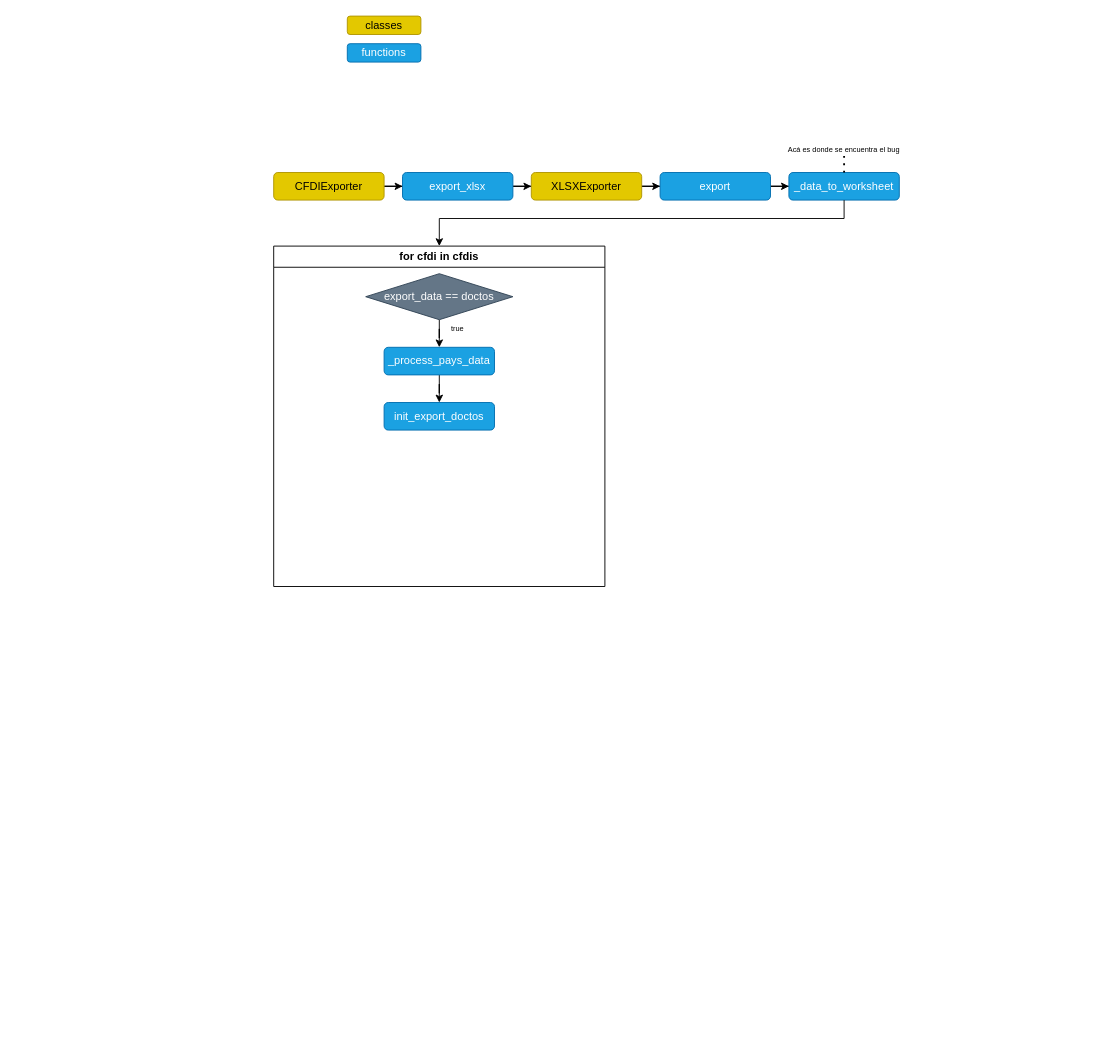
The draw.io diagram 8372 Excel Bug.drawio in SamuelGarcia22/diagrams, before the edit. Source tidied: cells renumbered, new cells numbered last; positions are measured from the earlier drawing's top-left corner, leaving out a move shared by most shapes. Both pictures are drawn from the tidied source at 92%, with x=0, y=0 at pixel (273, 16).
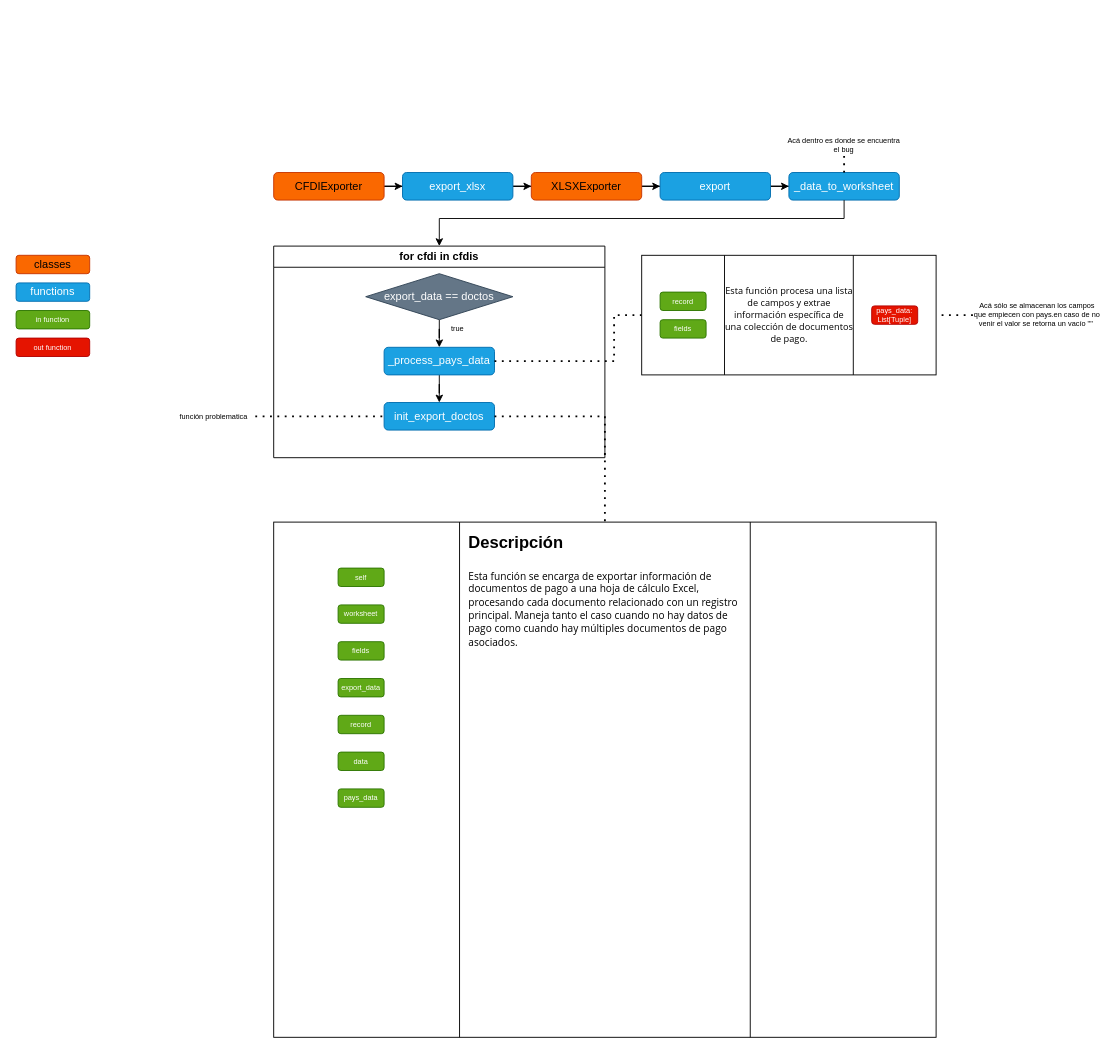
After the change.

The change refers to these unchanged cells:
```xml
<mxCell id="20" value="_process_pays_data" style="rounded=1;whiteSpace=wrap;html=1;fillColor=#1ba1e2;strokeColor=#006EAF;fontColor=#ffffff;" parent="16" vertex="1">
  <mxGeometry x="120" y="110" width="120" height="30" as="geometry" />
</mxCell>
<mxCell id="22" value="init_export_doctos" style="whiteSpace=wrap;html=1;fillColor=#1ba1e2;strokeColor=#006EAF;fontColor=#ffffff;rounded=1;" parent="16" vertex="1">
  <mxGeometry x="120" y="170" width="120" height="30" as="geometry" />
</mxCell>
```

The edit, as a diff of the source:
```diff
@@
-    <mxCell id="3" value="CFDIExporter" style="rounded=1;whiteSpace=wrap;html=1;fillColor=#e3c800;fontColor=#000000;strokeColor=#B09500;" parent="1" vertex="1">
+    <mxCell id="3" value="CFDIExporter" style="rounded=1;whiteSpace=wrap;html=1;fillColor=#fa6800;fontColor=light-dark(#000000,#000000);strokeColor=#C73500;" parent="1" vertex="1">
       <mxGeometry y="170" width="120" height="30" as="geometry" />
     </mxCell>
@@
-    <mxCell id="7" value="XLSXExporter" style="whiteSpace=wrap;html=1;rounded=1;fillColor=#e3c800;fontColor=#000000;strokeColor=#B09500;" parent="1" vertex="1">
+    <mxCell id="7" value="XLSXExporter" style="whiteSpace=wrap;html=1;rounded=1;fillColor=#fa6800;fontColor=light-dark(#000000,#000000);strokeColor=#C73500;" parent="1" vertex="1">
       <mxGeometry x="280" y="170" width="120" height="30" as="geometry" />
     </mxCell>
     <mxCell id="8" value="functions" style="rounded=1;whiteSpace=wrap;html=1;fillColor=#1ba1e2;fontColor=#ffffff;strokeColor=#006EAF;" parent="1" vertex="1">
-      <mxGeometry x="80" y="30" width="80" height="20" as="geometry" />
+      <mxGeometry x="-280" y="290" width="80" height="20" as="geometry" />
     </mxCell>
-    <mxCell id="9" value="classes" style="rounded=1;whiteSpace=wrap;html=1;fillColor=#e3c800;fontColor=#000000;strokeColor=#B09500;" parent="1" vertex="1">
-      <mxGeometry x="80" width="80" height="20" as="geometry" />
+    <mxCell id="9" value="classes" style="rounded=1;whiteSpace=wrap;html=1;fillColor=#fa6800;strokeColor=#C73500;fontColor=light-dark(#000000,#080808);" parent="1" vertex="1">
+      <mxGeometry x="-280" y="260" width="80" height="20" as="geometry" />
     </mxCell>
@@
-    <mxCell id="14" value="Acá es donde se encuentra el bug" style="text;html=1;align=center;verticalAlign=middle;whiteSpace=wrap;rounded=0;fontSize=8;fontColor=light-dark(#000000,#8A8A8A);" parent="1" vertex="1">
-      <mxGeometry x="555" y="140" width="130" height="10" as="geometry" />
+    <mxCell id="14" value="Acá dentro es donde se encuentra el bug" style="text;html=1;align=center;verticalAlign=middle;whiteSpace=wrap;rounded=0;fontSize=8;fontColor=light-dark(#000000,#8A8A8A);" parent="1" vertex="1">
+      <mxGeometry x="555" y="130" width="130" height="20" as="geometry" />
     </mxCell>
@@
     <mxCell id="16" value="for cfdi in cfdis" style="swimlane;whiteSpace=wrap;html=1;" parent="1" vertex="1">
-      <mxGeometry y="250" width="360" height="370" as="geometry" />
+      <mxGeometry y="250" width="360" height="230" as="geometry" />
     </mxCell>
@@
+    <mxCell id="23" style="endArrow=none;dashed=1;html=1;dashPattern=1 3;strokeWidth=2;rounded=0;fontColor=light-dark(#000000,#8A8A8A);strokeColor=light-dark(#000000,#8A8A8A);entryX=1;entryY=0.5;entryDx=0;entryDy=0;exitX=0;exitY=0.5;exitDx=0;exitDy=0;" parent="1" edge="1" source="24" target="20">
+      <mxGeometry relative="1" as="geometry">
+        <Array as="points">
+          <mxPoint x="370" y="325" />
+          <mxPoint x="370" y="375" />
+        </Array>
+      </mxGeometry>
+    </mxCell>
+    <mxCell id="24" value="&lt;span style=&quot;font-family: &amp;quot;Segoe WPC&amp;quot;, &amp;quot;Segoe UI&amp;quot;, sans-serif; font-style: normal; font-variant-ligatures: normal; font-variant-caps: normal; font-weight: 400; letter-spacing: normal; text-align: left; text-indent: 0px; text-transform: none; word-spacing: 0px; -webkit-text-stroke-width: 0px; white-space: normal; text-decoration-thickness: initial; text-decoration-style: initial; text-decoration-color: initial; display: inline !important; float: none; color: light-dark(rgb(0, 0, 0), rgb(255, 255, 255));&quot;&gt;Esta función procesa una lista de campos y extrae información específica de una colección de documentos de pago.&lt;/span&gt;" style="shape=process;whiteSpace=wrap;html=1;backgroundOutline=1;size=0.28;strokeColor=light-dark(#000000,#8A8A8A);fontSize=10;" parent="1" vertex="1">
+      <mxGeometry x="400" y="260" width="320" height="130" as="geometry" />
+    </mxCell>
+    <mxCell id="25" value="record" style="rounded=1;whiteSpace=wrap;html=1;fillColor=#60a917;fontColor=light-dark(#FFFFFF,#FFFFFF);strokeColor=#2D7600;fontSize=8;" parent="1" vertex="1">
+      <mxGeometry x="420" y="300" width="50" height="20" as="geometry" />
+    </mxCell>
+    <mxCell id="26" value="fields" style="rounded=1;whiteSpace=wrap;html=1;fillColor=#60a917;fontColor=light-dark(#FFFFFF,#FFFFFF);strokeColor=#2D7600;fontSize=8;align=center;verticalAlign=middle;fontFamily=Helvetica;" parent="1" vertex="1">
+      <mxGeometry x="420" y="330" width="50" height="20" as="geometry" />
+    </mxCell>
+    <mxCell id="27" value="pays_data: List[Tuple]" style="rounded=1;whiteSpace=wrap;html=1;fillColor=light-dark(#E51400,#BA1A1A);fontColor=light-dark(#FFFFFF,#FCFCFC);strokeColor=#B20000;fontSize=8;" parent="1" vertex="1">
+      <mxGeometry x="650" y="315" width="50" height="20" as="geometry" />
+    </mxCell>
+    <mxCell id="28" value="in function" style="rounded=1;whiteSpace=wrap;html=1;fillColor=#60a917;fontColor=light-dark(#FFFFFF,#FFFFFF);strokeColor=#2D7600;fontSize=8;" parent="1" vertex="1">
+      <mxGeometry x="-280" y="320" width="80" height="20" as="geometry" />
+    </mxCell>
+    <mxCell id="29" value="out function" style="rounded=1;whiteSpace=wrap;html=1;fillColor=light-dark(#E51400,#BA1A1A);fontColor=light-dark(#FFFFFF,#F0F0F0);strokeColor=#B20000;fontSize=8;" parent="1" vertex="1">
+      <mxGeometry x="-280" y="350" width="80" height="20" as="geometry" />
+    </mxCell>
+    <mxCell id="30" style="endArrow=none;dashed=1;html=1;dashPattern=1 3;strokeWidth=2;rounded=0;entryX=1;entryY=0.5;entryDx=0;entryDy=0;strokeColor=light-dark(#000000,#8A8A8A);" parent="1" edge="1" target="24">
+      <mxGeometry relative="1" as="geometry">
+        <mxPoint x="760" y="325" as="sourcePoint" />
+      </mxGeometry>
+    </mxCell>
+    <mxCell id="31" value="Acá sólo se almacenan los campos que empiecen con pays.en caso de no venir el valor se retorna un vacío &quot;&quot;&amp;nbsp;" style="text;html=1;align=center;verticalAlign=middle;whiteSpace=wrap;rounded=0;fontSize=8;fontColor=light-dark(#000000,#8A8A8A);" parent="1" vertex="1">
+      <mxGeometry x="760" y="310" width="140" height="30" as="geometry" />
+    </mxCell>
+    <mxCell id="32" style="endArrow=none;dashed=1;html=1;dashPattern=1 3;strokeWidth=2;rounded=0;entryX=0;entryY=0.5;entryDx=0;entryDy=0;fontColor=light-dark(#000000,#8A8A8A);strokeColor=light-dark(#000000,#8A8A8A);exitX=1;exitY=0.5;exitDx=0;exitDy=0;" parent="1" edge="1" source="33" target="22">
+      <mxGeometry relative="1" as="geometry" />
+    </mxCell>
+    <mxCell id="33" value="función problematica" style="text;html=1;align=center;verticalAlign=middle;whiteSpace=wrap;rounded=0;fontSize=8;fontColor=light-dark(#000000,#8A8A8A);" parent="1" vertex="1">
+      <mxGeometry x="-110" y="425" width="90" height="20" as="geometry" />
+    </mxCell>
+    <mxCell id="34" style="shape=process;whiteSpace=wrap;html=1;backgroundOutline=1;size=0.28;strokeColor=light-dark(#000000,#8A8A8A);fontSize=10;" parent="1" vertex="1">
+      <mxGeometry y="550" width="720" height="560" as="geometry" />
+    </mxCell>
+    <mxCell id="35" style="endArrow=none;dashed=1;html=1;dashPattern=1 3;strokeWidth=2;rounded=0;entryX=0.5;entryY=0;entryDx=0;entryDy=0;fontColor=light-dark(#000000,#8A8A8A);strokeColor=light-dark(#000000,#8A8A8A);exitX=1;exitY=0.5;exitDx=0;exitDy=0;" parent="1" edge="1" source="22" target="34">
+      <mxGeometry relative="1" as="geometry">
+        <Array as="points">
+          <mxPoint x="360" y="435" />
+        </Array>
+      </mxGeometry>
+    </mxCell>
+    <mxCell id="36" value="&lt;h1 style=&quot;margin-top: 0px;&quot;&gt;&lt;font style=&quot;font-size: 18px;&quot;&gt;Descripción&lt;/font&gt;&lt;/h1&gt;&lt;p&gt;&lt;font style=&quot;font-size: 11px;&quot;&gt;&lt;span style=&quot;font-family: &amp;quot;Segoe WPC&amp;quot;, &amp;quot;Segoe UI&amp;quot;, sans-serif; font-style: normal; font-variant-ligatures: normal; font-variant-caps: normal; font-weight: 400; letter-spacing: normal; text-align: start; text-indent: 0px; text-transform: none; word-spacing: 0px; -webkit-text-stroke-width: 0px; white-space: normal; text-decoration-thickness: initial; text-decoration-style: initial; text-decoration-color: initial; display: inline !important; float: none; color: light-dark(rgb(0, 0, 0), rgb(255, 255, 255));&quot;&gt;Esta función se encarga de exportar información de documentos de pago a una hoja de cálculo Excel, procesando cada documento relacionado con un registro principal. Maneja tanto el caso cuando no hay datos de pago&amp;nbsp;como cuando hay múltiples documentos de pago asociados.&lt;/span&gt;&lt;/font&gt;&lt;/p&gt;" style="text;html=1;whiteSpace=wrap;overflow=hidden;rounded=0;" parent="1" vertex="1">
+      <mxGeometry x="210" y="550" width="300" height="140" as="geometry" />
+    </mxCell>
+    <mxCell id="37" value="self" style="rounded=1;whiteSpace=wrap;html=1;fillColor=#60a917;fontColor=light-dark(#FFFFFF,#FFFFFF);strokeColor=#2D7600;fontSize=8;" parent="1" vertex="1">
+      <mxGeometry x="70" y="600" width="50" height="20" as="geometry" />
+    </mxCell>
+    <mxCell id="38" value="worksheet" style="rounded=1;whiteSpace=wrap;html=1;fillColor=#60a917;fontColor=light-dark(#FFFFFF,#FFFFFF);strokeColor=#2D7600;fontSize=8;" parent="1" vertex="1">
+      <mxGeometry x="70" y="640" width="50" height="20" as="geometry" />
+    </mxCell>
+    <mxCell id="39" value="fields" style="rounded=1;whiteSpace=wrap;html=1;fillColor=#60a917;fontColor=light-dark(#FFFFFF,#FFFFFF);strokeColor=#2D7600;fontSize=8;" parent="1" vertex="1">
+      <mxGeometry x="70" y="680" width="50" height="20" as="geometry" />
+    </mxCell>
+    <mxCell id="40" value="export_data" style="rounded=1;whiteSpace=wrap;html=1;fillColor=#60a917;fontColor=light-dark(#FFFFFF,#FFFFFF);strokeColor=#2D7600;fontSize=8;" parent="1" vertex="1">
+      <mxGeometry x="70" y="720" width="50" height="20" as="geometry" />
+    </mxCell>
+    <mxCell id="41" value="record" style="rounded=1;whiteSpace=wrap;html=1;fillColor=#60a917;fontColor=light-dark(#FFFFFF,#FFFFFF);strokeColor=#2D7600;fontSize=8;" parent="1" vertex="1">
+      <mxGeometry x="70" y="760" width="50" height="20" as="geometry" />
+    </mxCell>
+    <mxCell id="42" value="data" style="rounded=1;whiteSpace=wrap;html=1;fillColor=#60a917;fontColor=light-dark(#FFFFFF,#FFFFFF);strokeColor=#2D7600;fontSize=8;" parent="1" vertex="1">
+      <mxGeometry x="70" y="800" width="50" height="20" as="geometry" />
+    </mxCell>
+    <mxCell id="43" value="pays_data" style="rounded=1;whiteSpace=wrap;html=1;fillColor=#60a917;fontColor=light-dark(#FFFFFF,#FFFFFF);strokeColor=#2D7600;fontSize=8;" parent="1" vertex="1">
+      <mxGeometry x="70" y="840" width="50" height="20" as="geometry" />
+    </mxCell>
```
